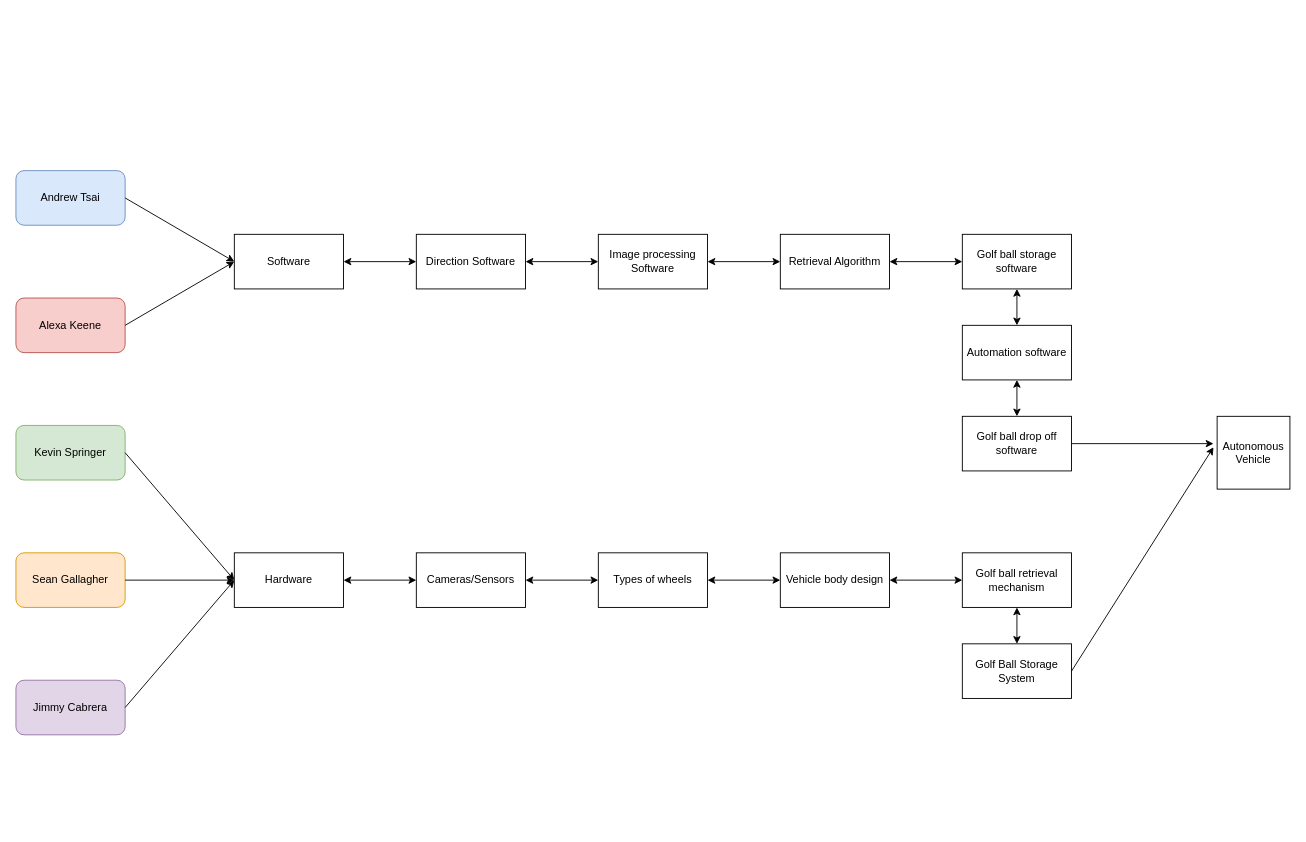
Andrew13560/Golf-Ball-Search-and-Rescue keeps this draw.io diagram as GBS&R_Block_diagram.drawio. Above is the earlier version. Source tidied: cells renumbered, new cells numbered last; positions are measured from the earlier drawing's top-left corner, leaving out a move shared by most shapes. Both pictures are drawn from the tidied source at 91%, with x=0, y=0 at pixel (15, 170).
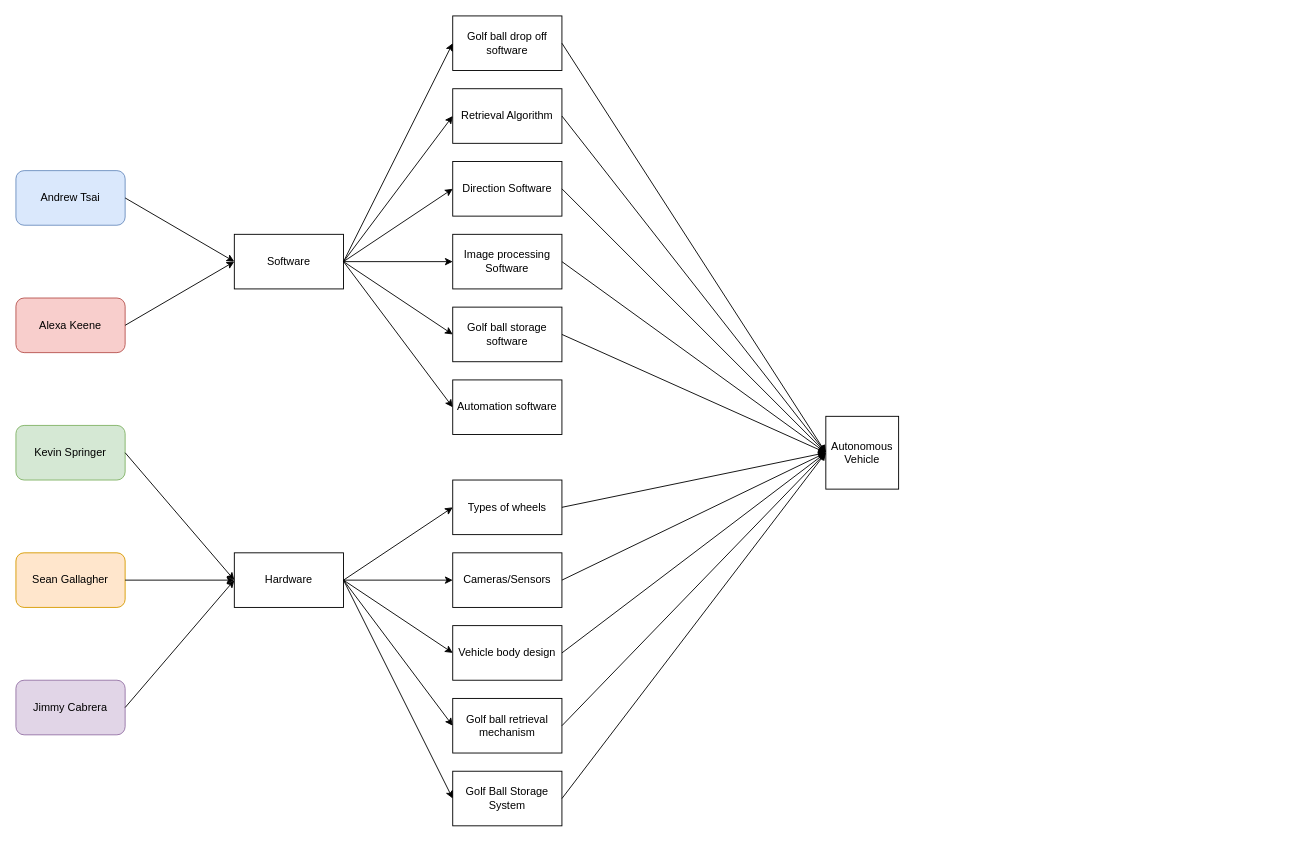
After the change.

Commit message:
Block Diagram V2

The change refers to these unchanged cells:
```xml
<mxCell id="7" value="Software" style="rounded=0;whiteSpace=wrap;html=1;" parent="1" vertex="1">
  <mxGeometry x="240" y="70" width="120" height="60" as="geometry" />
</mxCell>
<mxCell id="8" value="Hardware" style="rounded=0;whiteSpace=wrap;html=1;" parent="1" vertex="1">
  <mxGeometry x="240" y="420" width="120" height="60" as="geometry" />
</mxCell>
```

Change to the diagram source:
```diff
@@
     <mxCell id="14" value="Autonomous Vehicle" style="whiteSpace=wrap;html=1;" parent="1" vertex="1">
-      <mxGeometry x="1320" y="270" width="80" height="80" as="geometry" />
+      <mxGeometry x="890" y="270" width="80" height="80" as="geometry" />
     </mxCell>
     <mxCell id="15" value="Direction Software" style="rounded=0;whiteSpace=wrap;html=1;" parent="1" vertex="1">
-      <mxGeometry x="440" y="70" width="120" height="60" as="geometry" />
+      <mxGeometry x="480" y="-10" width="120" height="60" as="geometry" />
     </mxCell>
     <mxCell id="16" value="Image processing Software" style="rounded=0;whiteSpace=wrap;html=1;" parent="1" vertex="1">
-      <mxGeometry x="640" y="70" width="120" height="60" as="geometry" />
+      <mxGeometry x="480" y="70" width="120" height="60" as="geometry" />
     </mxCell>
     <mxCell id="17" value="Retrieval Algorithm" style="rounded=0;whiteSpace=wrap;html=1;" parent="1" vertex="1">
-      <mxGeometry x="840" y="70" width="120" height="60" as="geometry" />
+      <mxGeometry x="480" y="-90" width="120" height="60" as="geometry" />
     </mxCell>
     <mxCell id="18" value="Cameras/Sensors" style="rounded=0;whiteSpace=wrap;html=1;" parent="1" vertex="1">
-      <mxGeometry x="440" y="420" width="120" height="60" as="geometry" />
+      <mxGeometry x="480" y="420" width="120" height="60" as="geometry" />
     </mxCell>
     <mxCell id="19" value="Types of wheels" style="rounded=0;whiteSpace=wrap;html=1;" parent="1" vertex="1">
-      <mxGeometry x="640" y="420" width="120" height="60" as="geometry" />
+      <mxGeometry x="480" y="340" width="120" height="60" as="geometry" />
     </mxCell>
     <mxCell id="20" value="Vehicle body design" style="rounded=0;whiteSpace=wrap;html=1;" parent="1" vertex="1">
-      <mxGeometry x="840" y="420" width="120" height="60" as="geometry" />
+      <mxGeometry x="480" y="500" width="120" height="60" as="geometry" />
     </mxCell>
     <mxCell id="21" value="Golf ball retrieval mechanism" style="rounded=0;whiteSpace=wrap;html=1;" parent="1" vertex="1">
-      <mxGeometry x="1040" y="420" width="120" height="60" as="geometry" />
+      <mxGeometry x="480" y="580" width="120" height="60" as="geometry" />
     </mxCell>
     <mxCell id="22" value="Golf Ball Storage System" style="rounded=0;whiteSpace=wrap;html=1;" parent="1" vertex="1">
-      <mxGeometry x="1040" y="520" width="120" height="60" as="geometry" />
+      <mxGeometry x="480" y="660" width="120" height="60" as="geometry" />
     </mxCell>
     <mxCell id="23" value="Golf ball storage software" style="rounded=0;whiteSpace=wrap;html=1;" parent="1" vertex="1">
-      <mxGeometry x="1040" y="70" width="120" height="60" as="geometry" />
+      <mxGeometry x="480" y="150" width="120" height="60" as="geometry" />
     </mxCell>
     <mxCell id="24" value="Golf ball drop off software" style="rounded=0;whiteSpace=wrap;html=1;" parent="1" vertex="1">
-      <mxGeometry x="1040" y="270" width="120" height="60" as="geometry" />
+      <mxGeometry x="480" y="-170" width="120" height="60" as="geometry" />
     </mxCell>
     <mxCell id="25" value="Automation software" style="rounded=0;whiteSpace=wrap;html=1;" parent="1" vertex="1">
-      <mxGeometry x="1040" y="170" width="120" height="60" as="geometry" />
+      <mxGeometry x="480" y="230" width="120" height="60" as="geometry" />
     </mxCell>
-    <mxCell id="26" style="endArrow=classic;startArrow=classic;html=1;exitX=1;exitY=0.5;exitDx=0;exitDy=0;entryX=0;entryY=0.5;entryDx=0;entryDy=0;" parent="1" edge="1" source="7" target="15">
-      <mxGeometry relative="1" as="geometry" />
-    </mxCell>
-    <mxCell id="27" style="endArrow=classic;startArrow=classic;html=1;exitX=1;exitY=0.5;exitDx=0;exitDy=0;entryX=0;entryY=0.5;entryDx=0;entryDy=0;" parent="1" edge="1" source="20" target="21">
-      <mxGeometry relative="1" as="geometry" />
-    </mxCell>
-    <mxCell id="28" style="endArrow=classic;startArrow=classic;html=1;exitX=1;exitY=0.5;exitDx=0;exitDy=0;entryX=0;entryY=0.5;entryDx=0;entryDy=0;" parent="1" edge="1" source="17" target="23">
-      <mxGeometry relative="1" as="geometry" />
-    </mxCell>
-    <mxCell id="29" style="endArrow=classic;startArrow=classic;html=1;exitX=1;exitY=0.5;exitDx=0;exitDy=0;entryX=0;entryY=0.5;entryDx=0;entryDy=0;" parent="1" edge="1" source="19" target="20">
-      <mxGeometry relative="1" as="geometry" />
-    </mxCell>
-    <mxCell id="30" style="endArrow=classic;startArrow=classic;html=1;entryX=1;entryY=0.5;entryDx=0;entryDy=0;exitX=0;exitY=0.5;exitDx=0;exitDy=0;" parent="1" edge="1" source="17" target="16">
-      <mxGeometry relative="1" as="geometry" />
-    </mxCell>
-    <mxCell id="31" style="endArrow=classic;startArrow=classic;html=1;exitX=1;exitY=0.5;exitDx=0;exitDy=0;entryX=0;entryY=0.5;entryDx=0;entryDy=0;" parent="1" edge="1" source="18" target="19">
-      <mxGeometry relative="1" as="geometry" />
-    </mxCell>
+    <mxCell id="39" style="endArrow=classic;html=1;exitX=1;exitY=0.5;exitDx=0;exitDy=0;entryX=0;entryY=0.5;entryDx=0;entryDy=0;" parent="1" edge="1" source="8" target="22">
+      <mxGeometry relative="1" as="geometry" />
+    </mxCell>
+    <mxCell id="40" style="endArrow=classic;html=1;entryX=0;entryY=0.5;entryDx=0;entryDy=0;" parent="1" edge="1" target="21">
+      <mxGeometry relative="1" as="geometry">
+        <mxPoint x="360" y="450" as="sourcePoint" />
+      </mxGeometry>
+    </mxCell>
+    <mxCell id="41" style="endArrow=classic;html=1;exitX=1;exitY=0.5;exitDx=0;exitDy=0;entryX=0;entryY=0.5;entryDx=0;entryDy=0;" parent="1" edge="1" source="8" target="20">
+      <mxGeometry relative="1" as="geometry" />
+    </mxCell>
-    <mxCell id="32" style="endArrow=classic;startArrow=classic;html=1;exitX=1;exitY=0.5;exitDx=0;exitDy=0;entryX=0;entryY=0.5;entryDx=0;entryDy=0;" parent="1" edge="1" source="8" target="18">
+    <mxCell id="32" style="endArrow=classic;html=1;exitX=1;exitY=0.5;exitDx=0;exitDy=0;entryX=0;entryY=0.5;entryDx=0;entryDy=0;" parent="1" edge="1" source="8" target="18">
       <mxGeometry relative="1" as="geometry" />
     </mxCell>
-    <mxCell id="33" style="endArrow=classic;startArrow=classic;html=1;entryX=1;entryY=0.5;entryDx=0;entryDy=0;exitX=0;exitY=0.5;exitDx=0;exitDy=0;" parent="1" edge="1" source="16" target="15">
-      <mxGeometry relative="1" as="geometry" />
-    </mxCell>
-    <mxCell id="34" style="endArrow=classic;startArrow=classic;html=1;entryX=0.5;entryY=1;entryDx=0;entryDy=0;exitX=0.5;exitY=0;exitDx=0;exitDy=0;" parent="1" edge="1" source="22" target="21">
-      <mxGeometry relative="1" as="geometry" />
-    </mxCell>
-    <mxCell id="35" style="endArrow=classic;startArrow=classic;html=1;entryX=0.5;entryY=1;entryDx=0;entryDy=0;exitX=0.5;exitY=0;exitDx=0;exitDy=0;" parent="1" edge="1" source="24" target="25">
-      <mxGeometry relative="1" as="geometry" />
-    </mxCell>
-    <mxCell id="36" style="endArrow=classic;startArrow=classic;html=1;exitX=0.5;exitY=1;exitDx=0;exitDy=0;entryX=0.5;entryY=0;entryDx=0;entryDy=0;" parent="1" edge="1" source="23" target="25">
-      <mxGeometry relative="1" as="geometry" />
-    </mxCell>
+    <mxCell id="42" style="endArrow=classic;html=1;exitX=1;exitY=0.5;exitDx=0;exitDy=0;entryX=0;entryY=0.5;entryDx=0;entryDy=0;" parent="1" edge="1" source="8" target="19">
+      <mxGeometry relative="1" as="geometry" />
+    </mxCell>
+    <mxCell id="43" style="endArrow=classic;html=1;exitX=1;exitY=0.5;exitDx=0;exitDy=0;entryX=0;entryY=0.5;entryDx=0;entryDy=0;" parent="1" edge="1" source="7" target="25">
+      <mxGeometry relative="1" as="geometry" />
+    </mxCell>
+    <mxCell id="44" style="endArrow=classic;html=1;entryX=0;entryY=0.5;entryDx=0;entryDy=0;" parent="1" edge="1" target="23">
+      <mxGeometry relative="1" as="geometry">
+        <mxPoint x="360" y="100" as="sourcePoint" />
+      </mxGeometry>
+    </mxCell>
+    <mxCell id="45" style="endArrow=classic;html=1;entryX=0;entryY=0.5;entryDx=0;entryDy=0;" parent="1" edge="1" target="16">
+      <mxGeometry relative="1" as="geometry">
+        <mxPoint x="360" y="100" as="sourcePoint" />
+      </mxGeometry>
+    </mxCell>
+    <mxCell id="46" style="endArrow=classic;html=1;entryX=0;entryY=0.5;entryDx=0;entryDy=0;" parent="1" edge="1" target="15">
+      <mxGeometry relative="1" as="geometry">
+        <mxPoint x="360" y="100" as="sourcePoint" />
+      </mxGeometry>
+    </mxCell>
+    <mxCell id="47" style="endArrow=classic;html=1;exitX=1;exitY=0.5;exitDx=0;exitDy=0;entryX=0;entryY=0.5;entryDx=0;entryDy=0;" parent="1" edge="1" source="7" target="17">
+      <mxGeometry relative="1" as="geometry" />
+    </mxCell>
+    <mxCell id="48" style="endArrow=classic;html=1;exitX=1;exitY=0.5;exitDx=0;exitDy=0;entryX=0;entryY=0.5;entryDx=0;entryDy=0;" parent="1" edge="1" source="7" target="24">
+      <mxGeometry relative="1" as="geometry" />
+    </mxCell>
-    <mxCell id="37" style="endArrow=classic;html=1;exitX=1;exitY=0.5;exitDx=0;exitDy=0;entryX=-0.05;entryY=0.425;entryDx=0;entryDy=0;entryPerimeter=0;" parent="1" edge="1" source="22" target="14">
+    <mxCell id="37" style="endArrow=classic;html=1;exitX=1;exitY=0.5;exitDx=0;exitDy=0;entryX=0;entryY=0.5;entryDx=0;entryDy=0;" parent="1" edge="1" source="22" target="14">
       <mxGeometry relative="1" as="geometry" />
     </mxCell>
+    <mxCell id="49" style="endArrow=classic;html=1;exitX=1;exitY=0.5;exitDx=0;exitDy=0;entryX=0;entryY=0.5;entryDx=0;entryDy=0;" parent="1" edge="1" source="21" target="14">
+      <mxGeometry relative="1" as="geometry" />
+    </mxCell>
+    <mxCell id="50" style="endArrow=classic;html=1;exitX=1;exitY=0.5;exitDx=0;exitDy=0;entryX=0;entryY=0.5;entryDx=0;entryDy=0;" parent="1" edge="1" source="20" target="14">
+      <mxGeometry relative="1" as="geometry" />
+    </mxCell>
+    <mxCell id="51" style="endArrow=classic;html=1;exitX=1;exitY=0.5;exitDx=0;exitDy=0;" parent="1" edge="1" source="18">
+      <mxGeometry relative="1" as="geometry">
+        <mxPoint x="890" y="310" as="targetPoint" />
+      </mxGeometry>
+    </mxCell>
+    <mxCell id="52" style="endArrow=classic;html=1;exitX=1;exitY=0.5;exitDx=0;exitDy=0;" parent="1" edge="1" source="19">
+      <mxGeometry relative="1" as="geometry">
+        <mxPoint x="890" y="310" as="targetPoint" />
+      </mxGeometry>
+    </mxCell>
+    <mxCell id="53" style="endArrow=classic;html=1;exitX=1;exitY=0.5;exitDx=0;exitDy=0;" parent="1" edge="1" source="23">
+      <mxGeometry relative="1" as="geometry">
+        <mxPoint x="890" y="310" as="targetPoint" />
+      </mxGeometry>
+    </mxCell>
+    <mxCell id="54" style="endArrow=classic;html=1;exitX=1;exitY=0.5;exitDx=0;exitDy=0;entryX=0;entryY=0.5;entryDx=0;entryDy=0;" parent="1" edge="1" source="16" target="14">
+      <mxGeometry relative="1" as="geometry" />
+    </mxCell>
+    <mxCell id="55" style="endArrow=classic;html=1;exitX=1;exitY=0.5;exitDx=0;exitDy=0;entryX=0;entryY=0.5;entryDx=0;entryDy=0;" parent="1" edge="1" source="15" target="14">
+      <mxGeometry relative="1" as="geometry" />
+    </mxCell>
+    <mxCell id="56" style="endArrow=classic;html=1;exitX=1;exitY=0.5;exitDx=0;exitDy=0;" parent="1" edge="1" source="17">
+      <mxGeometry relative="1" as="geometry">
+        <mxPoint x="890" y="310" as="targetPoint" />
+      </mxGeometry>
+    </mxCell>
-    <mxCell id="38" style="endArrow=classic;html=1;exitX=1;exitY=0.5;exitDx=0;exitDy=0;entryX=-0.05;entryY=0.375;entryDx=0;entryDy=0;entryPerimeter=0;" parent="1" edge="1" source="24" target="14">
+    <mxCell id="38" style="endArrow=classic;html=1;exitX=1;exitY=0.5;exitDx=0;exitDy=0;entryX=0;entryY=0.5;entryDx=0;entryDy=0;" parent="1" edge="1" source="24" target="14">
       <mxGeometry relative="1" as="geometry" />
     </mxCell>
```
